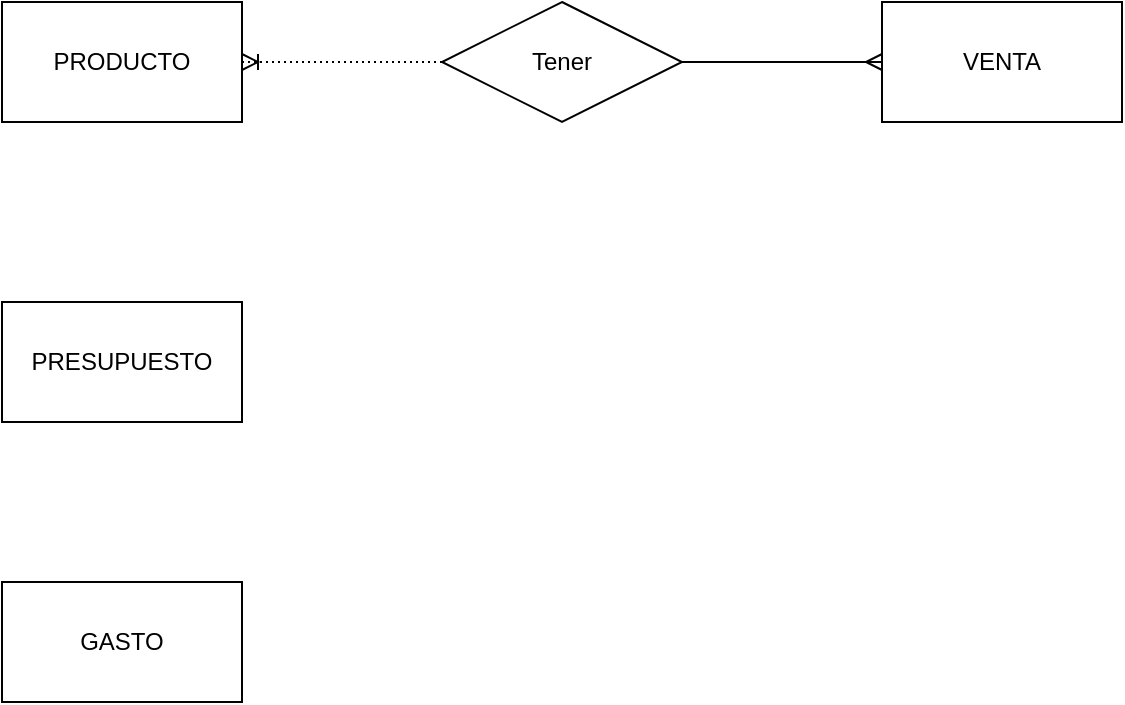
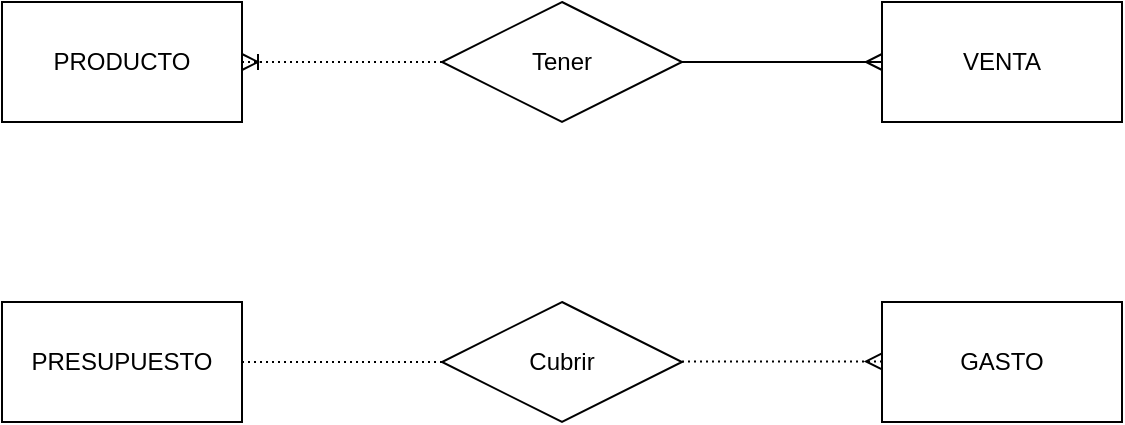
<mxfile host="app.diagrams.net">
  <diagram name="Página-1" id="u57u_-sRDbSNvAKAfwxE">
    <mxGraphModel dx="625" dy="351" grid="1" gridSize="10" guides="1" tooltips="1" connect="1" arrows="1" fold="1" page="1" pageScale="1" pageWidth="827" pageHeight="1169" math="0" shadow="0">
      <root>
        <mxCell id="0" />
        <mxCell id="1" parent="0" />
        <mxCell id="2l1bdSjhGIF6s-hbkcb2-1" parent="1" style="rounded=0;whiteSpace=wrap;html=1;" value="PRODUCTO" vertex="1">
          <mxGeometry height="60" width="120" x="40" y="380" as="geometry" />
        </mxCell>
        <mxCell id="2l1bdSjhGIF6s-hbkcb2-10" parent="1" style="rounded=0;whiteSpace=wrap;html=1;" value="VENTA" vertex="1">
          <mxGeometry height="60" width="120" x="480" y="380" as="geometry" />
-         </mxCell>
-         <mxCell id="2l1bdSjhGIF6s-hbkcb2-28" parent="1" style="rounded=0;whiteSpace=wrap;html=1;" value="GASTO" vertex="1">
-           <mxGeometry height="60" width="120" x="40" y="670" as="geometry" />
        </mxCell>
        <mxCell id="2l1bdSjhGIF6s-hbkcb2-39" parent="1" style="rounded=0;whiteSpace=wrap;html=1;resizeWidth=0;resizeHeight=0;" value="PRESUPUESTO" vertex="1">
          <mxGeometry height="60" width="120" x="40" y="530" as="geometry" />
        </mxCell>
        <mxCell id="AWebIUs1nH2pLFCkpCv4-2" parent="1" style="shape=rhombus;perimeter=rhombusPerimeter;whiteSpace=wrap;html=1;align=center;" value="Tener" vertex="1">
          <mxGeometry height="60" width="120" x="260" y="380" as="geometry" />
        </mxCell>
        <mxCell id="AWebIUs1nH2pLFCkpCv4-7" edge="1" parent="1" source="AWebIUs1nH2pLFCkpCv4-2" style="edgeStyle=entityRelationEdgeStyle;fontSize=12;html=1;endArrow=ERmany;rounded=0;exitX=1;exitY=0.5;exitDx=0;exitDy=0;entryX=0;entryY=0.5;entryDx=0;entryDy=0;" target="2l1bdSjhGIF6s-hbkcb2-10" value="">
          <mxGeometry height="100" relative="1" width="100" as="geometry">
            <mxPoint x="370" y="360" as="sourcePoint" />
            <mxPoint x="470" y="260" as="targetPoint" />
          </mxGeometry>
        </mxCell>
        <mxCell id="AWebIUs1nH2pLFCkpCv4-10" edge="1" parent="1" source="AWebIUs1nH2pLFCkpCv4-2" style="edgeStyle=entityRelationEdgeStyle;fontSize=12;html=1;endArrow=ERoneToMany;rounded=0;exitX=0;exitY=0.5;exitDx=0;exitDy=0;entryX=1;entryY=0.5;entryDx=0;entryDy=0;dashed=1;dashPattern=1 2;" target="2l1bdSjhGIF6s-hbkcb2-1" value="">
          <mxGeometry height="100" relative="1" width="100" as="geometry">
            <mxPoint x="290" y="640" as="sourcePoint" />
            <mxPoint x="390" y="540" as="targetPoint" />
          </mxGeometry>
        </mxCell>
+         <mxCell id="CnUyZ7gsvIKUi5MuYl6Q-5" parent="1" style="shape=rhombus;perimeter=rhombusPerimeter;whiteSpace=wrap;html=1;align=center;" value="Cubrir" vertex="1">
+           <mxGeometry height="60" width="120" x="260" y="530" as="geometry" />
+         </mxCell>
+         <mxCell id="2l1bdSjhGIF6s-hbkcb2-28" parent="1" style="rounded=0;whiteSpace=wrap;html=1;" value="GASTO" vertex="1">
+           <mxGeometry height="60" width="120" x="480" y="530" as="geometry" />
+         </mxCell>
+         <mxCell id="CnUyZ7gsvIKUi5MuYl6Q-13" edge="1" parent="1" style="endArrow=none;html=1;rounded=0;dashed=1;dashPattern=1 2;" value="">
+           <mxGeometry relative="1" as="geometry">
+             <mxPoint x="160" y="560" as="sourcePoint" />
+             <mxPoint x="260" y="560" as="targetPoint" />
+           </mxGeometry>
+         </mxCell>
+         <mxCell id="CnUyZ7gsvIKUi5MuYl6Q-17" edge="1" parent="1" style="edgeStyle=entityRelationEdgeStyle;fontSize=12;html=1;endArrow=ERmany;rounded=0;exitX=1;exitY=0.5;exitDx=0;exitDy=0;entryX=0;entryY=0.5;entryDx=0;entryDy=0;dashed=1;dashPattern=1 2;" value="">
+           <mxGeometry height="100" relative="1" width="100" as="geometry">
+             <mxPoint x="380" y="559.71" as="sourcePoint" />
+             <mxPoint x="480" y="559.71" as="targetPoint" />
+           </mxGeometry>
+         </mxCell>
      </root>
    </mxGraphModel>
  </diagram>
</mxfile>
